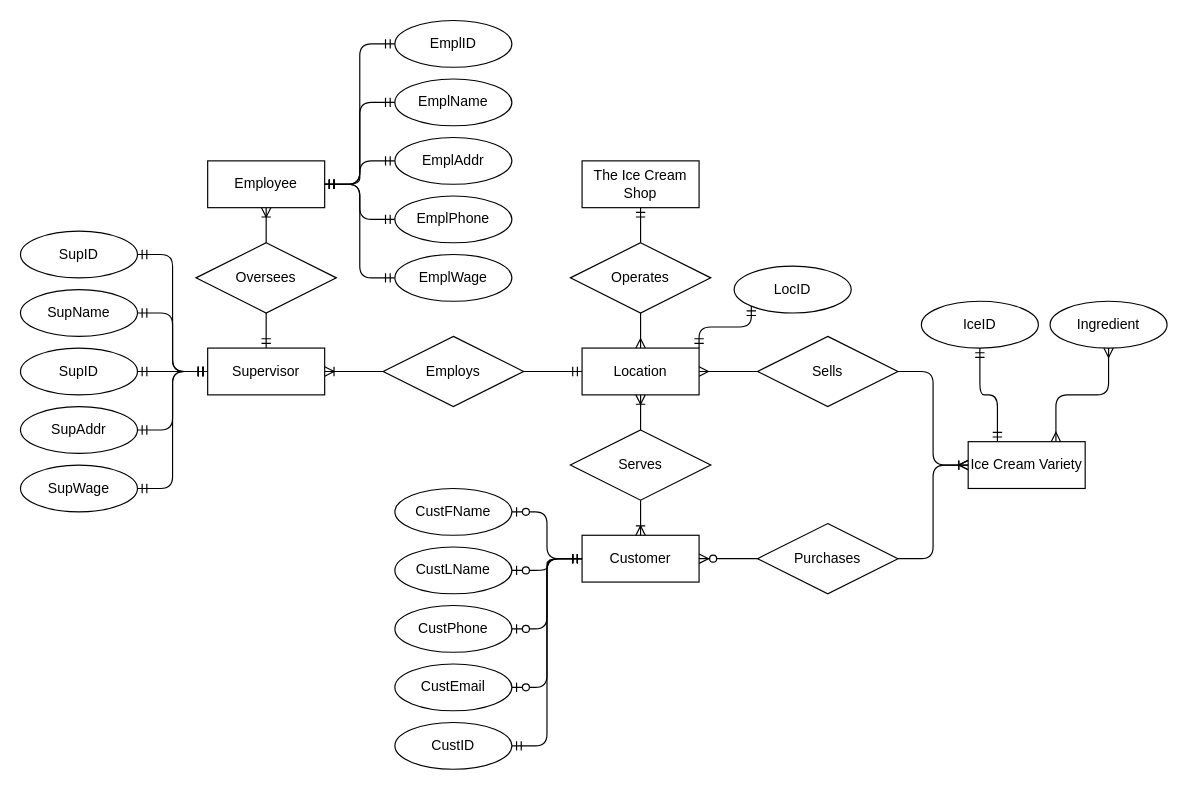
Above: Untitled Diagram.drawio in SethKursel/IS6030 (draw.io), before the change. Source tidied: cells renumbered, new cells numbered last; positions are measured from the earlier drawing's top-left corner, leaving out a move shared by most shapes. Both pictures are drawn from the tidied source at 117%, with x=0, y=0 at pixel (20, 20).
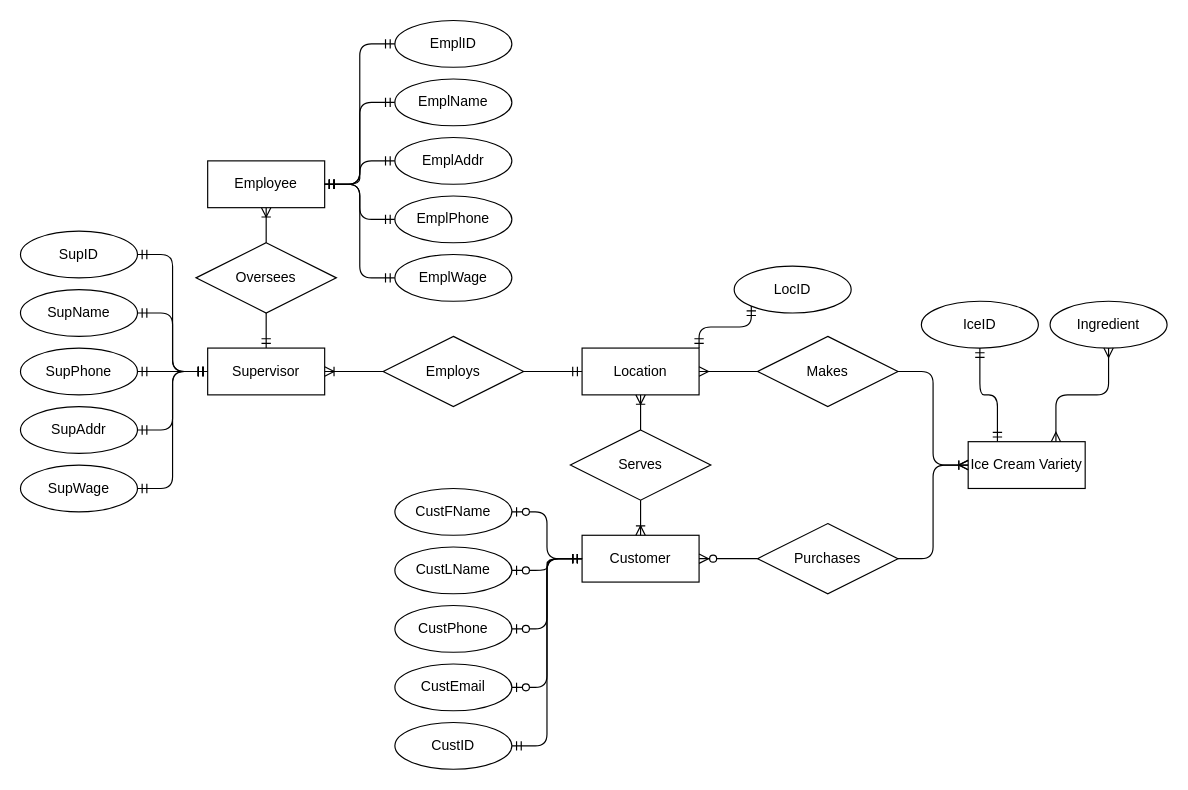
The same page after the edit.

The change refers to these unchanged cells:
```xml
<mxCell id="4" value="Location" style="whiteSpace=wrap;html=1;align=center;" parent="1" vertex="1">
  <mxGeometry x="480" y="280" width="100" height="40" as="geometry" />
</mxCell>
```

What changed in the source:
```diff
@@
-    <mxCell id="2" value="The Ice Cream Shop" style="whiteSpace=wrap;html=1;align=center;" parent="1" vertex="1">
-      <mxGeometry x="480" y="120" width="100" height="40" as="geometry" />
-    </mxCell>
-    <mxCell id="3" value="Operates" style="shape=rhombus;perimeter=rhombusPerimeter;whiteSpace=wrap;html=1;align=center;" parent="1" vertex="1">
-      <mxGeometry x="470" y="190" width="120" height="60" as="geometry" />
-    </mxCell>
@@
-    <mxCell id="15" style="fontSize=12;html=1;endArrow=ERmandOne;entryX=0.5;entryY=1;entryDx=0;entryDy=0;exitX=0.5;exitY=0;exitDx=0;exitDy=0;" parent="1" edge="1" source="3" target="2">
-      <mxGeometry relative="1" as="geometry" />
-    </mxCell>
-    <mxCell id="16" style="fontSize=12;html=1;endArrow=ERmany;exitX=0.5;exitY=1;exitDx=0;exitDy=0;entryX=0.5;entryY=0;entryDx=0;entryDy=0;" parent="1" edge="1" source="3" target="4">
-      <mxGeometry relative="1" as="geometry" />
-    </mxCell>
@@
-    <mxCell id="32" value="Sells" style="shape=rhombus;perimeter=rhombusPerimeter;whiteSpace=wrap;html=1;align=center;" parent="1" vertex="1">
+    <mxCell id="32" value="Makes" style="shape=rhombus;perimeter=rhombusPerimeter;whiteSpace=wrap;html=1;align=center;" parent="1" vertex="1">
       <mxGeometry x="630" y="270" width="120" height="60" as="geometry" />
     </mxCell>
@@
-    <mxCell id="53" value="SupID" style="ellipse;whiteSpace=wrap;html=1;align=center;" parent="1" vertex="1">
+    <mxCell id="53" value="SupPhone" style="ellipse;whiteSpace=wrap;html=1;align=center;" parent="1" vertex="1">
       <mxGeometry y="280" width="100" height="40" as="geometry" />
     </mxCell>
```
